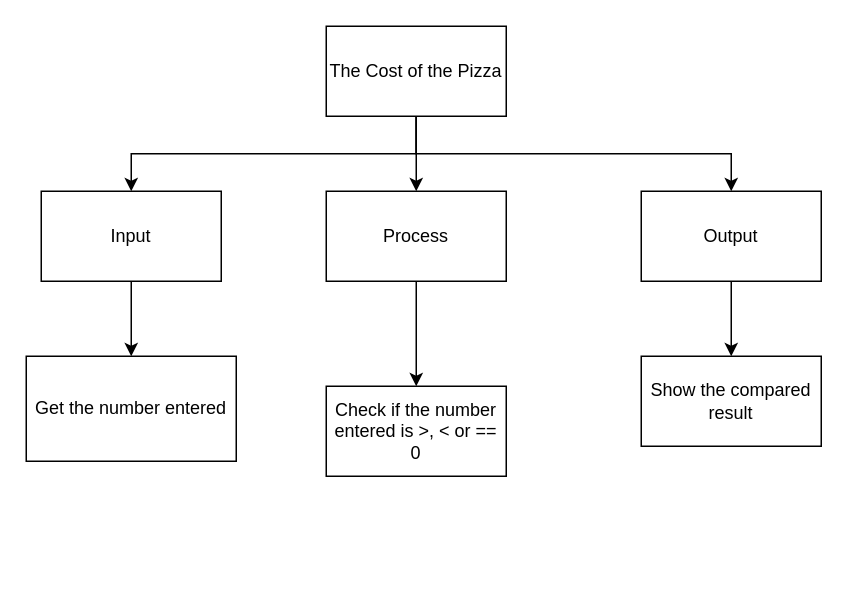
Earlier version of the draw.io diagram design.top-down.drawio (Yiyun-Qin/ICS3U-Unit4-01-Python). Source tidied: cells renumbered, new cells numbered last; positions are measured from the earlier drawing's top-left corner, leaving out a move shared by most shapes. Both pictures are drawn from the tidied source at 150%, with x=0, y=0 at pixel (26, 26).
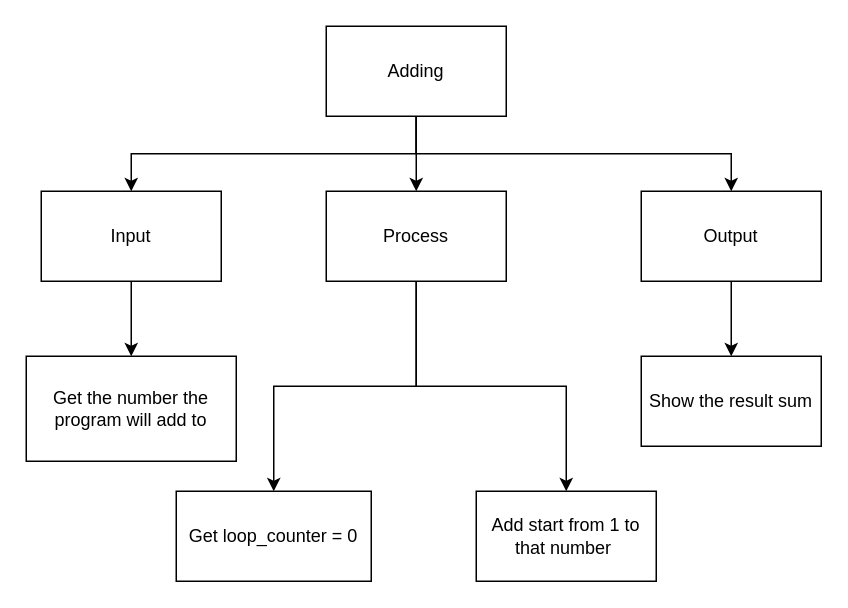
The same page after the edit.

The edit, as a diff of the source:
```diff
@@
 <mxGraphModel>
   <root>
     <mxCell id="0" />
     <mxCell id="1" parent="0" />
     <mxCell id="2" style="edgeStyle=orthogonalEdgeStyle;html=1;exitX=0.5;exitY=1;exitDx=0;exitDy=0;entryX=0.5;entryY=0;entryDx=0;entryDy=0;rounded=0;" parent="1" edge="1" source="5" target="7">
       <mxGeometry relative="1" as="geometry" />
     </mxCell>
     <mxCell id="3" style="edgeStyle=orthogonalEdgeStyle;rounded=0;html=1;exitX=0.5;exitY=1;exitDx=0;exitDy=0;entryX=0.5;entryY=0;entryDx=0;entryDy=0;" parent="1" edge="1" source="5" target="9">
       <mxGeometry relative="1" as="geometry" />
     </mxCell>
     <mxCell id="4" style="edgeStyle=orthogonalEdgeStyle;rounded=0;html=1;exitX=0.5;exitY=1;exitDx=0;exitDy=0;entryX=0.5;entryY=0;entryDx=0;entryDy=0;" parent="1" edge="1" source="5" target="11">
       <mxGeometry relative="1" as="geometry" />
     </mxCell>
-    <mxCell id="5" value="The Cost of the Pizza" style="rounded=0;whiteSpace=wrap;html=1;" parent="1" vertex="1">
+    <mxCell id="5" value="Adding" style="rounded=0;whiteSpace=wrap;html=1;" parent="1" vertex="1">
       <mxGeometry x="200" width="120" height="60" as="geometry" />
     </mxCell>
     <mxCell id="6" style="edgeStyle=orthogonalEdgeStyle;rounded=0;html=1;exitX=0.5;exitY=1;exitDx=0;exitDy=0;entryX=0.5;entryY=0;entryDx=0;entryDy=0;" parent="1" edge="1" source="7" target="12">
       <mxGeometry relative="1" as="geometry" />
     </mxCell>
     <mxCell id="7" value="Input" style="rounded=0;whiteSpace=wrap;html=1;" parent="1" vertex="1">
       <mxGeometry x="10" y="110" width="120" height="60" as="geometry" />
     </mxCell>
     <mxCell id="8" style="edgeStyle=orthogonalEdgeStyle;rounded=0;html=1;exitX=0.5;exitY=1;exitDx=0;exitDy=0;entryX=0.5;entryY=0;entryDx=0;entryDy=0;" parent="1" edge="1" source="9" target="13">
       <mxGeometry relative="1" as="geometry" />
     </mxCell>
+    <mxCell id="15" style="edgeStyle=orthogonalEdgeStyle;html=1;exitX=0.5;exitY=1;exitDx=0;exitDy=0;entryX=0.5;entryY=0;entryDx=0;entryDy=0;rounded=0;" parent="1" edge="1" source="9" target="16">
+      <mxGeometry relative="1" as="geometry" />
+    </mxCell>
     <mxCell id="9" value="Process" style="rounded=0;whiteSpace=wrap;html=1;" parent="1" vertex="1">
       <mxGeometry x="200" y="110" width="120" height="60" as="geometry" />
     </mxCell>
     <mxCell id="10" style="edgeStyle=orthogonalEdgeStyle;rounded=0;html=1;exitX=0.5;exitY=1;exitDx=0;exitDy=0;entryX=0.5;entryY=0;entryDx=0;entryDy=0;" parent="1" edge="1" source="11" target="14">
       <mxGeometry relative="1" as="geometry" />
     </mxCell>
     <mxCell id="11" value="Output" style="rounded=0;whiteSpace=wrap;html=1;" parent="1" vertex="1">
       <mxGeometry x="410" y="110" width="120" height="60" as="geometry" />
     </mxCell>
-    <mxCell id="12" value="Get the number entered" style="rounded=0;whiteSpace=wrap;html=1;" parent="1" vertex="1">
+    <mxCell id="12" value="Get the number the program will add to" style="rounded=0;whiteSpace=wrap;html=1;" parent="1" vertex="1">
       <mxGeometry y="220" width="140" height="70" as="geometry" />
     </mxCell>
-    <mxCell id="13" value="Check if the number entered is &amp;gt;, &amp;lt; or == 0" style="rounded=0;whiteSpace=wrap;html=1;" parent="1" vertex="1">
-      <mxGeometry x="200" y="240" width="120" height="60" as="geometry" />
+    <mxCell id="13" value="Add start from 1 to that number&amp;nbsp;" style="rounded=0;whiteSpace=wrap;html=1;" parent="1" vertex="1">
+      <mxGeometry x="300" y="310" width="120" height="60" as="geometry" />
     </mxCell>
-    <mxCell id="14" value="Show the compared result" style="rounded=0;whiteSpace=wrap;html=1;" parent="1" vertex="1">
+    <mxCell id="14" value="Show the result sum" style="rounded=0;whiteSpace=wrap;html=1;" parent="1" vertex="1">
       <mxGeometry x="410" y="220" width="120" height="60" as="geometry" />
     </mxCell>
+    <mxCell id="16" value="Get loop_counter = 0" style="rounded=0;whiteSpace=wrap;html=1;" parent="1" vertex="1">
+      <mxGeometry x="100" y="310" width="130" height="60" as="geometry" />
+    </mxCell>
   </root>
 </mxGraphModel>
```
